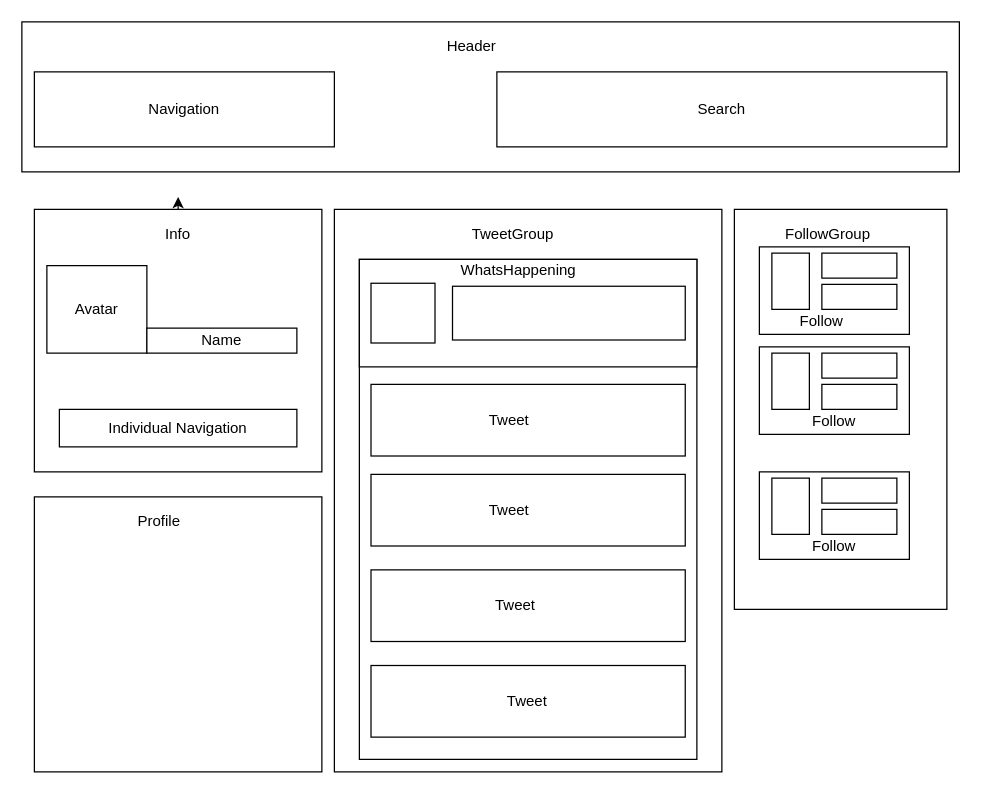
Earlier version of the draw.io diagram twitter-clone.drawio (OkilyDokily/twitter-clone). Source tidied: cells renumbered, new cells numbered last; positions are measured from the earlier drawing's top-left corner, leaving out a move shared by most shapes. Both pictures are drawn from the tidied source at 125%, with x=0, y=0 at pixel (21, 21).
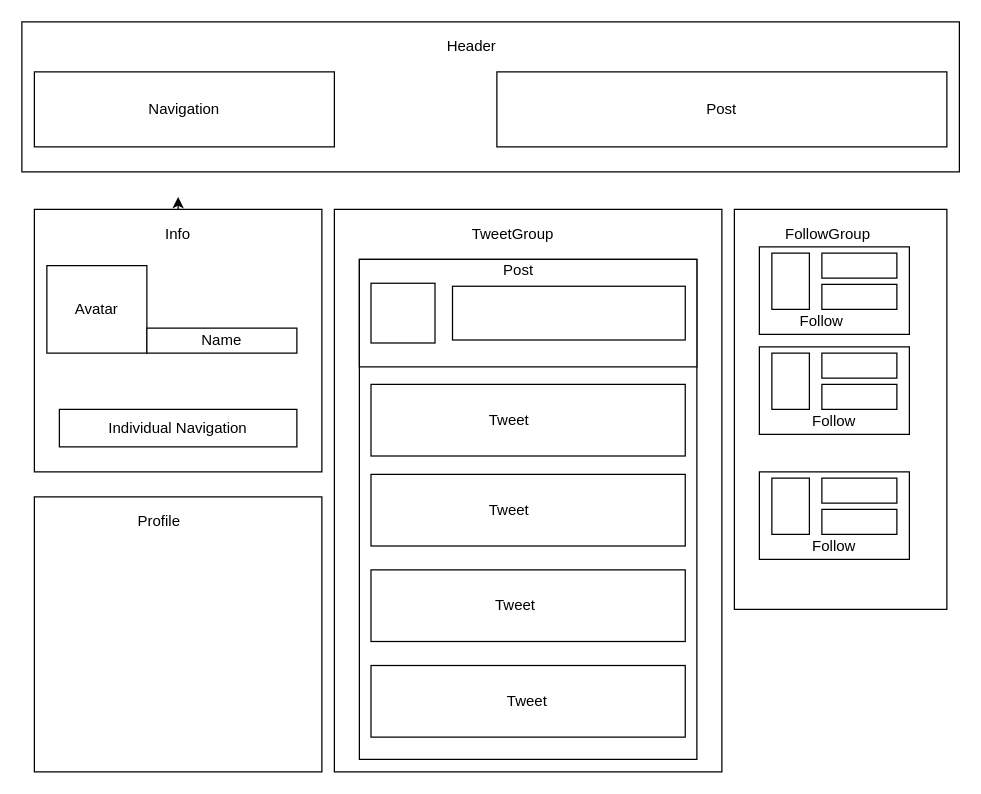
The same page after the edit.

The change refers to these unchanged cells:
```xml
<mxCell id="34" style="group;" parent="1" vertex="1">
  <mxGeometry x="260" y="160" width="300" height="440" as="geometry" />
</mxCell>
```

Change to the diagram source:
```diff
@@
-    <mxCell id="31" value="Search" style="rounded=0;whiteSpace=wrap;html=1;" parent="1" vertex="1">
+    <mxCell id="31" value="Post" style="rounded=0;whiteSpace=wrap;html=1;" parent="1" vertex="1">
       <mxGeometry x="380" y="40" width="360" height="60" as="geometry" />
     </mxCell>
@@
-    <mxCell id="45" value="WhatsHappening" style="text;html=1;strokeColor=none;fillColor=none;align=center;verticalAlign=middle;whiteSpace=wrap;rounded=0;" parent="34" vertex="1">
+    <mxCell id="45" value="Post" style="text;html=1;strokeColor=none;fillColor=none;align=center;verticalAlign=middle;whiteSpace=wrap;rounded=0;" parent="34" vertex="1">
       <mxGeometry x="95" y="29.1" width="85" height="20" as="geometry" />
     </mxCell>
```
